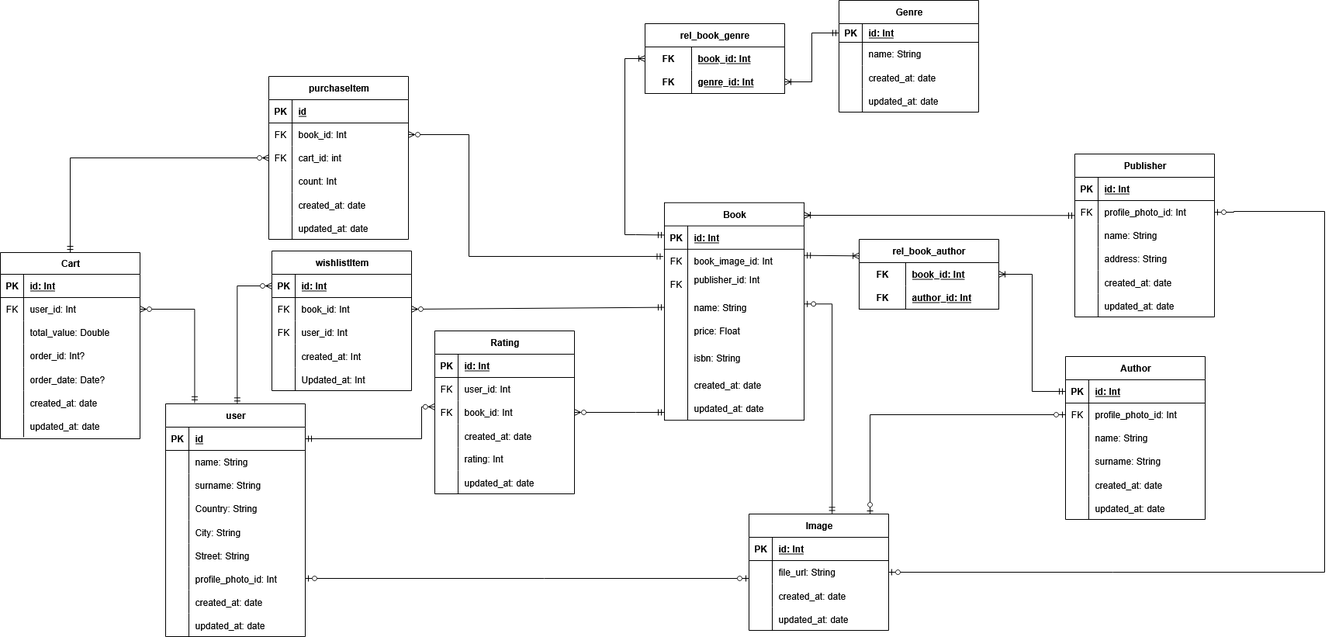
Before: assets/erd.png, a diagram exported from draw.io (Gr-mm56/Bookhub-school-project). Source tidied: cells renumbered, new cells last; positions are measured from the earlier drawing's top-left corner, leaving out a move shared by most shapes.
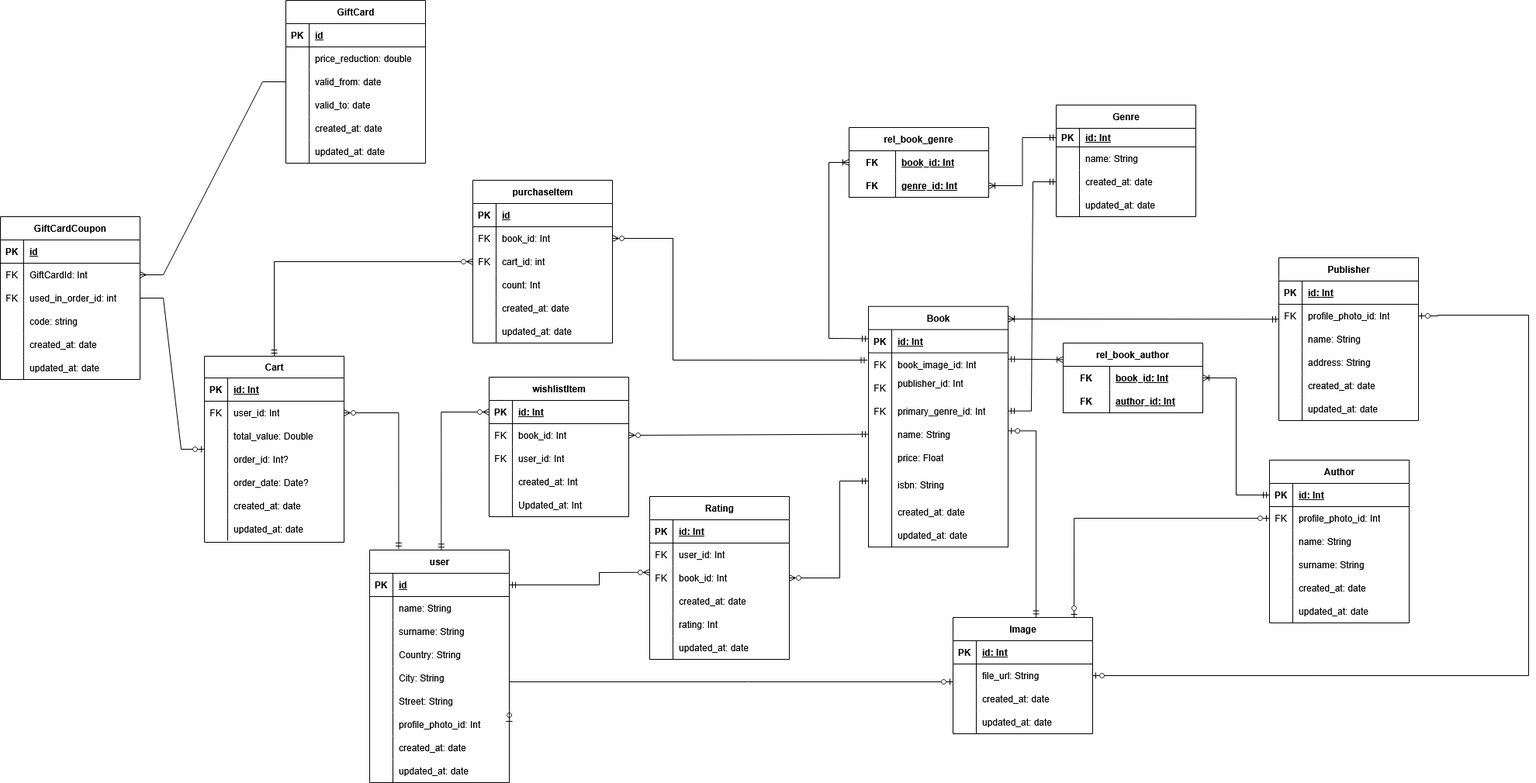
The same diagram one commit later.

What changed in the source:
```diff
@@ -12,7 +12,7 @@
       </mxGeometry>
     </mxCell>
     <mxCell id="3" value="Book" style="shape=table;startSize=30;rowLines=0;fontStyle=1;align=center;html=1;" parent="1" vertex="1">
-      <mxGeometry x="856" y="260.6" width="180" height="280.4" as="geometry" />
+      <mxGeometry x="856" y="260.6" width="180" height="310.4" as="geometry" />
     </mxCell>
     <mxCell id="4" style="shape=tableRow;horizontal=0;startSize=0;swimlaneHead=0;swimlaneBody=0;fillColor=none;points=[[0,0.5],[1,0.5]];portConstraint=eastwest;top=0;left=0;right=0;bottom=1;" parent="3" vertex="1">
       <mxGeometry y="30" width="180" height="30" as="geometry" />
@@ -41,8 +41,17 @@
     <mxCell id="12" value="&lt;div&gt;publisher_id: Int&lt;/div&gt;&lt;div&gt;&lt;br&gt;&lt;/div&gt;" style="shape=partialRectangle;fillColor=none;top=0;left=0;bottom=0;right=0;align=left;spacingLeft=6;fontStyle=0;overflow=hidden;whiteSpace=wrap;html=1;" parent="10" vertex="1">
       <mxGeometry x="30" width="150" height="30" as="geometry" />
     </mxCell>
+    <mxCell id="225" style="shape=tableRow;horizontal=0;startSize=0;swimlaneHead=0;swimlaneBody=0;fillColor=none;points=[[0,0.5],[1,0.5]];portConstraint=eastwest;top=0;left=0;right=0;bottom=0;" parent="3" vertex="1">
+      <mxGeometry y="120" width="180" height="30" as="geometry" />
+    </mxCell>
+    <mxCell id="226" value="FK" style="shape=partialRectangle;fillColor=none;top=0;left=0;bottom=0;right=0;fontStyle=0;overflow=hidden;whiteSpace=wrap;html=1;" parent="225" vertex="1">
+      <mxGeometry width="30" height="30" as="geometry" />
+    </mxCell>
+    <mxCell id="227" value="primary_genre_id: Int" style="shape=partialRectangle;fillColor=none;top=0;left=0;bottom=0;right=0;align=left;spacingLeft=6;fontStyle=0;overflow=hidden;whiteSpace=wrap;html=1;" parent="225" vertex="1">
+      <mxGeometry x="30" width="150" height="30" as="geometry" />
+    </mxCell>
     <mxCell id="13" style="shape=tableRow;horizontal=0;startSize=0;swimlaneHead=0;swimlaneBody=0;fillColor=none;points=[[0,0.5],[1,0.5]];portConstraint=eastwest;top=0;left=0;right=0;bottom=0;" parent="3" vertex="1">
-      <mxGeometry y="120" width="180" height="30" as="geometry" />
+      <mxGeometry y="150" width="180" height="30" as="geometry" />
     </mxCell>
     <mxCell id="14" style="shape=partialRectangle;fillColor=none;top=0;left=0;bottom=0;right=0;overflow=hidden;whiteSpace=wrap;html=1;" parent="13" vertex="1">
       <mxGeometry width="30" height="30" as="geometry" />
@@ -51,7 +60,7 @@
       <mxGeometry x="30" width="150" height="30" as="geometry" />
     </mxCell>
     <mxCell id="16" style="shape=tableRow;horizontal=0;startSize=0;swimlaneHead=0;swimlaneBody=0;fillColor=none;top=0;left=0;right=0;bottom=0;" parent="3" vertex="1">
-      <mxGeometry y="150" width="180" height="30" as="geometry" />
+      <mxGeometry y="180" width="180" height="30" as="geometry" />
     </mxCell>
     <mxCell id="17" style="shape=partialRectangle;fillColor=none;top=0;left=0;bottom=0;right=0;overflow=hidden;whiteSpace=wrap;html=1;" parent="16" vertex="1">
       <mxGeometry width="30" height="30" as="geometry" />
@@ -60,7 +69,7 @@
       <mxGeometry x="30" width="150" height="30" as="geometry" />
     </mxCell>
     <mxCell id="19" style="shape=tableRow;horizontal=0;startSize=0;swimlaneHead=0;swimlaneBody=0;fillColor=none;points=[[0,0.5],[1,0.5]];portConstraint=eastwest;top=0;left=0;right=0;bottom=0;" parent="3" vertex="1">
-      <mxGeometry y="180" width="180" height="40" as="geometry" />
+      <mxGeometry y="210" width="180" height="40" as="geometry" />
     </mxCell>
     <mxCell id="20" style="shape=partialRectangle;fillColor=none;top=0;left=0;bottom=0;right=0;overflow=hidden;" parent="19" vertex="1">
       <mxGeometry width="30" height="40" as="geometry" />
@@ -69,7 +78,7 @@
       <mxGeometry x="30" width="150" height="40" as="geometry" />
     </mxCell>
     <mxCell id="22" style="shape=tableRow;horizontal=0;startSize=0;swimlaneHead=0;swimlaneBody=0;fillColor=none;top=0;left=0;right=0;bottom=0;" parent="3" vertex="1">
-      <mxGeometry y="220" width="180" height="30" as="geometry" />
+      <mxGeometry y="250" width="180" height="30" as="geometry" />
     </mxCell>
     <mxCell id="23" style="shape=partialRectangle;fillColor=none;top=0;left=0;bottom=0;right=0;overflow=hidden;" parent="22" vertex="1">
       <mxGeometry width="30" height="30" as="geometry" />
@@ -78,7 +87,7 @@
       <mxGeometry x="30" width="150" height="30" as="geometry" />
     </mxCell>
     <mxCell id="25" style="shape=tableRow;horizontal=0;startSize=0;swimlaneHead=0;swimlaneBody=0;fillColor=none;top=0;left=0;right=0;bottom=0;" parent="3" vertex="1">
-      <mxGeometry y="250" width="180" height="30" as="geometry" />
+      <mxGeometry y="280" width="180" height="30" as="geometry" />
     </mxCell>
     <mxCell id="26" style="shape=partialRectangle;fillColor=none;top=0;left=0;bottom=0;right=0;overflow=hidden;" parent="25" vertex="1">
       <mxGeometry width="30" height="30" as="geometry" />
@@ -144,7 +153,7 @@
       <mxGeometry x="30" width="150" height="30" as="geometry" />
     </mxCell>
     <mxCell id="47" value="Genre" style="shape=table;startSize=30;rowLines=0;fontStyle=1;align=center;html=1;" parent="1" vertex="1">
-      <mxGeometry x="1081" width="180" height="144" as="geometry" />
+      <mxGeometry x="1098" y="1" width="180" height="144" as="geometry" />
     </mxCell>
     <mxCell id="48" style="shape=tableRow;horizontal=0;startSize=0;swimlaneHead=0;swimlaneBody=0;fillColor=none;points=[[0,0.5],[1,0.5]];portConstraint=eastwest;top=0;left=0;right=0;bottom=1;" parent="47" vertex="1">
       <mxGeometry y="30" width="180" height="24" as="geometry" />
@@ -240,7 +249,7 @@
       <mxGeometry x="30" width="150" height="30" as="geometry" />
     </mxCell>
     <mxCell id="79" value="user" style="shape=table;startSize=30;rowLines=0;fontStyle=1;align=center;html=1;" parent="1" vertex="1">
-      <mxGeometry x="213" y="520" width="180" height="300" as="geometry" />
+      <mxGeometry x="213" y="575" width="180" height="300" as="geometry" />
     </mxCell>
     <mxCell id="80" style="shape=tableRow;horizontal=0;startSize=0;swimlaneHead=0;swimlaneBody=0;fillColor=none;points=[[0,0.5],[1,0.5]];portConstraint=eastwest;top=0;left=0;right=0;bottom=1;" parent="79" vertex="1">
       <mxGeometry y="30" width="180" height="30" as="geometry" />
@@ -393,7 +402,7 @@
       <mxGeometry x="30" width="150" height="30" as="geometry" />
     </mxCell>
     <mxCell id="130" value="wishlistItem" style="shape=table;startSize=30;rowLines=0;fontStyle=1;align=center;html=1;" parent="1" vertex="1">
-      <mxGeometry x="350" y="323" width="180" height="180" as="geometry" />
+      <mxGeometry x="367" y="352" width="180" height="180" as="geometry" />
     </mxCell>
     <mxCell id="131" style="shape=tableRow;horizontal=0;startSize=0;swimlaneHead=0;swimlaneBody=0;fillColor=none;points=[[0,0.5],[1,0.5]];portConstraint=eastwest;top=0;left=0;right=0;bottom=1;" parent="130" vertex="1">
       <mxGeometry y="30" width="180" height="30" as="geometry" />
@@ -586,12 +595,12 @@
     <mxCell id="189" style="edgeStyle=orthogonalEdgeStyle;rounded=0;jettySize=auto;html=1;exitX=1.001;exitY=0.356;exitDx=0;exitDy=0;startArrow=ERzeroToOne;startFill=0;endArrow=ERmandOne;endFill=0;entryX=0.595;entryY=-0.004;entryDx=0;entryDy=0;entryPerimeter=0;exitPerimeter=0;" parent="1" edge="1" source="13" target="175">
       <mxGeometry relative="1" as="geometry">
         <Array as="points">
-          <mxPoint x="1072" y="391" />
+          <mxPoint x="1072" y="421" />
         </Array>
       </mxGeometry>
     </mxCell>
     <mxCell id="190" value="Rating" style="shape=table;startSize=30;rowLines=0;fontStyle=1;align=center;html=1;" parent="1" vertex="1">
-      <mxGeometry x="560" y="426" width="180" height="210" as="geometry" />
+      <mxGeometry x="574" y="506" width="180" height="210" as="geometry" />
     </mxCell>
     <mxCell id="191" style="shape=tableRow;horizontal=0;startSize=0;swimlaneHead=0;swimlaneBody=0;fillColor=none;top=0;left=0;right=0;bottom=1;" parent="190" vertex="1">
       <mxGeometry y="30" width="180" height="30" as="geometry" />
@@ -662,15 +671,17 @@
     <mxCell id="211" style="edgeStyle=orthogonalEdgeStyle;rounded=0;jettySize=auto;html=1;endArrow=ERmandOne;endFill=0;startArrow=ERzeroToMany;startFill=0;entryX=1;entryY=0.5;entryDx=0;entryDy=0;exitX=-0.001;exitY=0.261;exitDx=0;exitDy=0;exitPerimeter=0;" parent="1" edge="1" source="197" target="80">
       <mxGeometry relative="1" as="geometry">
         <Array as="points">
-          <mxPoint x="543" y="565" />
+          <mxPoint x="555" y="604" />
+          <mxPoint x="509" y="604" />
+          <mxPoint x="509" y="620" />
         </Array>
       </mxGeometry>
     </mxCell>
-    <mxCell id="212" style="edgeStyle=orthogonalEdgeStyle;rounded=0;jettySize=auto;html=1;startArrow=ERzeroToMany;startFill=0;endArrow=ERmandOne;endFill=0;exitX=1;exitY=0.5;exitDx=0;exitDy=0;" parent="1" edge="1" source="197" target="3">
+    <mxCell id="212" style="edgeStyle=orthogonalEdgeStyle;rounded=0;jettySize=auto;html=1;startArrow=ERzeroToMany;startFill=0;endArrow=ERmandOne;endFill=0;exitX=1;exitY=0.5;exitDx=0;exitDy=0;" parent="1" edge="1" source="197" target="19">
       <mxGeometry relative="1" as="geometry">
         <Array as="points">
-          <mxPoint x="819" y="531" />
-          <mxPoint x="819" y="531" />
+          <mxPoint x="819" y="611" />
+          <mxPoint x="819" y="486" />
         </Array>
       </mxGeometry>
     </mxCell>
@@ -721,5 +732,128 @@
     <mxCell id="224" style="endArrow=ERmandOne;html=1;rounded=0;entryX=0;entryY=0.5;entryDx=0;entryDy=0;exitX=1;exitY=0.5;exitDx=0;exitDy=0;endFill=0;startArrow=ERzeroToMany;startFill=0;" parent="1" edge="1" source="134" target="13">
       <mxGeometry relative="1" as="geometry" />
     </mxCell>
+    <mxCell id="228" style="edgeStyle=entityRelationEdgeStyle;fontSize=12;html=1;endArrow=ERmandOne;startArrow=ERmandOne;rounded=0;" parent="1" edge="1" source="225" target="54">
+      <mxGeometry relative="1" as="geometry" />
+    </mxCell>
+    <mxCell id="229" value="GiftCard" style="shape=table;startSize=30;rowLines=0;fontStyle=1;align=center;html=1;" parent="1" vertex="1">
+      <mxGeometry x="105" y="-134" width="180" height="210" as="geometry" />
+    </mxCell>
+    <mxCell id="230" style="shape=tableRow;horizontal=0;startSize=0;swimlaneHead=0;swimlaneBody=0;fillColor=none;top=0;left=0;right=0;bottom=1;" parent="229" vertex="1">
+      <mxGeometry y="30" width="180" height="30" as="geometry" />
+    </mxCell>
+    <mxCell id="231" value="PK" style="shape=partialRectangle;fillColor=none;top=0;left=0;bottom=0;right=0;fontStyle=1;overflow=hidden;whiteSpace=wrap;html=1;" parent="230" vertex="1">
+      <mxGeometry width="30" height="30" as="geometry" />
+    </mxCell>
+    <mxCell id="232" value="id" style="shape=partialRectangle;fillColor=none;top=0;left=0;bottom=0;right=0;align=left;spacingLeft=6;fontStyle=5;overflow=hidden;whiteSpace=wrap;html=1;" parent="230" vertex="1">
+      <mxGeometry x="30" width="150" height="30" as="geometry" />
+    </mxCell>
+    <mxCell id="233" style="shape=tableRow;horizontal=0;startSize=0;swimlaneHead=0;swimlaneBody=0;fillColor=none;top=0;left=0;right=0;bottom=0;" parent="229" vertex="1">
+      <mxGeometry y="60" width="180" height="30" as="geometry" />
+    </mxCell>
+    <mxCell id="234" style="shape=partialRectangle;fillColor=none;top=0;left=0;bottom=0;right=0;fontStyle=0;overflow=hidden;whiteSpace=wrap;html=1;" parent="233" vertex="1">
+      <mxGeometry width="30" height="30" as="geometry" />
+    </mxCell>
+    <mxCell id="235" value="price_reduction: double" style="shape=partialRectangle;fillColor=none;top=0;left=0;bottom=0;right=0;align=left;spacingLeft=6;fontStyle=0;overflow=hidden;whiteSpace=wrap;html=1;" parent="233" vertex="1">
+      <mxGeometry x="30" width="150" height="30" as="geometry" />
+    </mxCell>
+    <mxCell id="236" style="shape=tableRow;horizontal=0;startSize=0;swimlaneHead=0;swimlaneBody=0;fillColor=none;top=0;left=0;right=0;bottom=0;" parent="229" vertex="1">
+      <mxGeometry y="90" width="180" height="30" as="geometry" />
+    </mxCell>
+    <mxCell id="237" style="shape=partialRectangle;fillColor=none;top=0;left=0;bottom=0;right=0;fontStyle=0;overflow=hidden;whiteSpace=wrap;html=1;" parent="236" vertex="1">
+      <mxGeometry width="30" height="30" as="geometry" />
+    </mxCell>
+    <mxCell id="238" value="valid_from: date" style="shape=partialRectangle;fillColor=none;top=0;left=0;bottom=0;right=0;align=left;spacingLeft=6;fontStyle=0;overflow=hidden;whiteSpace=wrap;html=1;" parent="236" vertex="1">
+      <mxGeometry x="30" width="150" height="30" as="geometry" />
+    </mxCell>
+    <mxCell id="239" style="shape=tableRow;horizontal=0;startSize=0;swimlaneHead=0;swimlaneBody=0;fillColor=none;top=0;left=0;right=0;bottom=0;" parent="229" vertex="1">
+      <mxGeometry y="120" width="180" height="30" as="geometry" />
+    </mxCell>
+    <mxCell id="240" style="shape=partialRectangle;fillColor=none;top=0;left=0;bottom=0;right=0;overflow=hidden;whiteSpace=wrap;html=1;" parent="239" vertex="1">
+      <mxGeometry width="30" height="30" as="geometry" />
+    </mxCell>
+    <mxCell id="241" value="valid_to: date" style="shape=partialRectangle;fillColor=none;top=0;left=0;bottom=0;right=0;align=left;spacingLeft=6;overflow=hidden;whiteSpace=wrap;html=1;" parent="239" vertex="1">
+      <mxGeometry x="30" width="150" height="30" as="geometry" />
+    </mxCell>
+    <mxCell id="242" style="shape=tableRow;horizontal=0;startSize=0;swimlaneHead=0;swimlaneBody=0;fillColor=none;top=0;left=0;right=0;bottom=0;" parent="229" vertex="1">
+      <mxGeometry y="150" width="180" height="30" as="geometry" />
+    </mxCell>
+    <mxCell id="243" style="shape=partialRectangle;fillColor=none;top=0;left=0;bottom=0;right=0;overflow=hidden;" parent="242" vertex="1">
+      <mxGeometry width="30" height="30" as="geometry" />
+    </mxCell>
+    <mxCell id="244" value="created_at: date" style="shape=partialRectangle;fillColor=none;top=0;left=0;bottom=0;right=0;align=left;spacingLeft=6;overflow=hidden;" parent="242" vertex="1">
+      <mxGeometry x="30" width="150" height="30" as="geometry" />
+    </mxCell>
+    <mxCell id="245" style="shape=tableRow;horizontal=0;startSize=0;swimlaneHead=0;swimlaneBody=0;fillColor=none;top=0;left=0;right=0;bottom=0;" parent="229" vertex="1">
+      <mxGeometry y="180" width="180" height="30" as="geometry" />
+    </mxCell>
+    <mxCell id="246" style="shape=partialRectangle;fillColor=none;top=0;left=0;bottom=0;right=0;overflow=hidden;" parent="245" vertex="1">
+      <mxGeometry width="30" height="30" as="geometry" />
+    </mxCell>
+    <mxCell id="247" value="updated_at: date" style="shape=partialRectangle;fillColor=none;top=0;left=0;bottom=0;right=0;align=left;spacingLeft=6;overflow=hidden;" parent="245" vertex="1">
+      <mxGeometry x="30" width="150" height="30" as="geometry" />
+    </mxCell>
+    <mxCell id="248" value="&lt;div&gt;GiftCardCoupon&lt;/div&gt;" style="shape=table;startSize=30;rowLines=0;fontStyle=1;align=center;html=1;" parent="1" vertex="1">
+      <mxGeometry x="-263" y="145" width="180" height="210" as="geometry" />
+    </mxCell>
+    <mxCell id="249" style="shape=tableRow;horizontal=0;startSize=0;swimlaneHead=0;swimlaneBody=0;fillColor=none;top=0;left=0;right=0;bottom=1;" parent="248" vertex="1">
+      <mxGeometry y="30" width="180" height="30" as="geometry" />
+    </mxCell>
+    <mxCell id="250" value="PK" style="shape=partialRectangle;fillColor=none;top=0;left=0;bottom=0;right=0;fontStyle=1;overflow=hidden;whiteSpace=wrap;html=1;" parent="249" vertex="1">
+      <mxGeometry width="30" height="30" as="geometry" />
+    </mxCell>
+    <mxCell id="251" value="id" style="shape=partialRectangle;fillColor=none;top=0;left=0;bottom=0;right=0;align=left;spacingLeft=6;fontStyle=5;overflow=hidden;whiteSpace=wrap;html=1;" parent="249" vertex="1">
+      <mxGeometry x="30" width="150" height="30" as="geometry" />
+    </mxCell>
+    <mxCell id="252" style="shape=tableRow;horizontal=0;startSize=0;swimlaneHead=0;swimlaneBody=0;fillColor=none;points=[[0,0.5],[1,0.5]];portConstraint=eastwest;top=0;left=0;right=0;bottom=0;" parent="248" vertex="1">
+      <mxGeometry y="60" width="180" height="30" as="geometry" />
+    </mxCell>
+    <mxCell id="253" value="FK" style="shape=partialRectangle;fillColor=none;top=0;left=0;bottom=0;right=0;fontStyle=0;overflow=hidden;whiteSpace=wrap;html=1;" parent="252" vertex="1">
+      <mxGeometry width="30" height="30" as="geometry" />
+    </mxCell>
+    <mxCell id="254" value="GiftCardId: Int" style="shape=partialRectangle;fillColor=none;top=0;left=0;bottom=0;right=0;align=left;spacingLeft=6;fontStyle=0;overflow=hidden;whiteSpace=wrap;html=1;" parent="252" vertex="1">
+      <mxGeometry x="30" width="150" height="30" as="geometry" />
+    </mxCell>
+    <mxCell id="255" style="shape=tableRow;horizontal=0;startSize=0;swimlaneHead=0;swimlaneBody=0;fillColor=none;points=[[0,0.5],[1,0.5]];portConstraint=eastwest;top=0;left=0;right=0;bottom=0;" parent="248" vertex="1">
+      <mxGeometry y="90" width="180" height="30" as="geometry" />
+    </mxCell>
+    <mxCell id="256" value="FK" style="shape=partialRectangle;fillColor=none;top=0;left=0;bottom=0;right=0;fontStyle=0;overflow=hidden;whiteSpace=wrap;html=1;" parent="255" vertex="1">
+      <mxGeometry width="30" height="30" as="geometry" />
+    </mxCell>
+    <mxCell id="257" value="used_in_order_id: int" style="shape=partialRectangle;fillColor=none;top=0;left=0;bottom=0;right=0;align=left;spacingLeft=6;fontStyle=0;overflow=hidden;whiteSpace=wrap;html=1;" parent="255" vertex="1">
+      <mxGeometry x="30" width="150" height="30" as="geometry" />
+    </mxCell>
+    <mxCell id="258" style="shape=tableRow;horizontal=0;startSize=0;swimlaneHead=0;swimlaneBody=0;fillColor=none;top=0;left=0;right=0;bottom=0;" parent="248" vertex="1">
+      <mxGeometry y="120" width="180" height="30" as="geometry" />
+    </mxCell>
+    <mxCell id="259" style="shape=partialRectangle;fillColor=none;top=0;left=0;bottom=0;right=0;overflow=hidden;whiteSpace=wrap;html=1;" parent="258" vertex="1">
+      <mxGeometry width="30" height="30" as="geometry" />
+    </mxCell>
+    <mxCell id="260" value="code: string" style="shape=partialRectangle;fillColor=none;top=0;left=0;bottom=0;right=0;align=left;spacingLeft=6;overflow=hidden;whiteSpace=wrap;html=1;" parent="258" vertex="1">
+      <mxGeometry x="30" width="150" height="30" as="geometry" />
+    </mxCell>
+    <mxCell id="261" style="shape=tableRow;horizontal=0;startSize=0;swimlaneHead=0;swimlaneBody=0;fillColor=none;top=0;left=0;right=0;bottom=0;" parent="248" vertex="1">
+      <mxGeometry y="150" width="180" height="30" as="geometry" />
+    </mxCell>
+    <mxCell id="262" style="shape=partialRectangle;fillColor=none;top=0;left=0;bottom=0;right=0;overflow=hidden;" parent="261" vertex="1">
+      <mxGeometry width="30" height="30" as="geometry" />
+    </mxCell>
+    <mxCell id="263" value="created_at: date" style="shape=partialRectangle;fillColor=none;top=0;left=0;bottom=0;right=0;align=left;spacingLeft=6;overflow=hidden;" parent="261" vertex="1">
+      <mxGeometry x="30" width="150" height="30" as="geometry" />
+    </mxCell>
+    <mxCell id="264" style="shape=tableRow;horizontal=0;startSize=0;swimlaneHead=0;swimlaneBody=0;fillColor=none;top=0;left=0;right=0;bottom=0;" parent="248" vertex="1">
+      <mxGeometry y="180" width="180" height="30" as="geometry" />
+    </mxCell>
+    <mxCell id="265" style="shape=partialRectangle;fillColor=none;top=0;left=0;bottom=0;right=0;overflow=hidden;" parent="264" vertex="1">
+      <mxGeometry width="30" height="30" as="geometry" />
+    </mxCell>
+    <mxCell id="266" value="updated_at: date" style="shape=partialRectangle;fillColor=none;top=0;left=0;bottom=0;right=0;align=left;spacingLeft=6;overflow=hidden;" parent="264" vertex="1">
+      <mxGeometry x="30" width="150" height="30" as="geometry" />
+    </mxCell>
+    <mxCell id="267" style="edgeStyle=entityRelationEdgeStyle;fontSize=12;html=1;endArrow=ERmany;rounded=0;" parent="1" edge="1" source="229" target="252">
+      <mxGeometry relative="1" as="geometry" />
+    </mxCell>
+    <mxCell id="268" style="edgeStyle=entityRelationEdgeStyle;fontSize=12;html=1;endArrow=ERzeroToOne;endFill=1;rounded=0;" parent="1" edge="1" source="255" target="108">
+      <mxGeometry relative="1" as="geometry" />
+    </mxCell>
   </root>
 </mxGraphModel>
```
